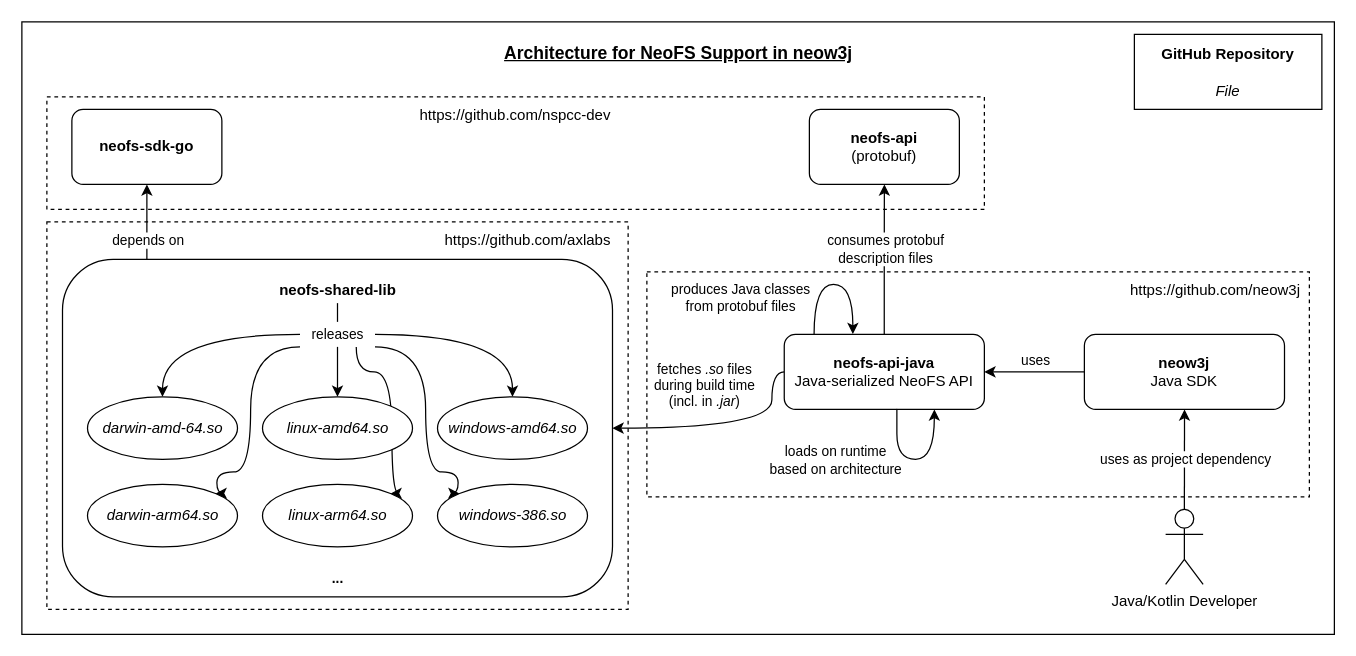
Before: neofs/architecture-files/NeoFS_support_neow3j.drawio in neow3j/neow3j, a draw.io diagram. Source tidied: cells renumbered, new cells numbered last; positions are measured from the earlier drawing's top-left corner, leaving out a move shared by most shapes. Both pictures are drawn from the tidied source at 125%, with x=0, y=0 at pixel (21, 21).
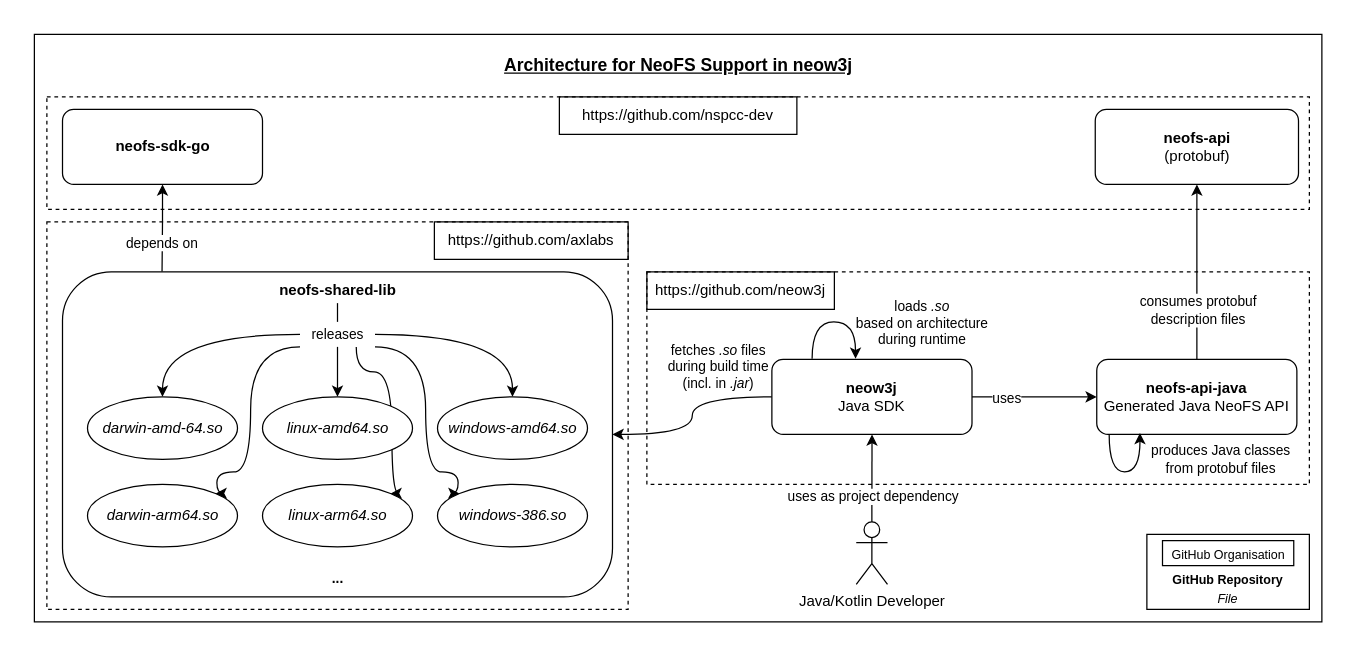
After the change.

Commit message (it also covers changes not shown here):
#872: Improve figure for NeoFS Support Architecture

Unchanged cells that the change refers to:
```xml
<mxCell id="13" style="edgeStyle=orthogonalEdgeStyle;rounded=0;jettySize=auto;html=1;" parent="1" edge="1" source="19" target="12">
  <mxGeometry relative="1" as="geometry" />
</mxCell>
<mxCell id="27" style="edgeStyle=orthogonalEdgeStyle;curved=1;rounded=0;jettySize=auto;html=1;strokeColor=default;startArrow=classic;startFill=1;endArrow=none;endFill=0;entryX=0.5;entryY=0;entryDx=0;entryDy=0;entryPerimeter=0;" parent="1" edge="1" source="29" target="30">
  <mxGeometry relative="1" as="geometry" />
</mxCell>
```

What changed in the source:
```diff
@@
     <mxCell id="2" style="rounded=0;whiteSpace=wrap;html=1;labelBackgroundColor=none;" parent="1" vertex="1">
-      <mxGeometry width="1050" height="490" as="geometry" />
+      <mxGeometry x="10" y="10" width="1030" height="470" as="geometry" />
     </mxCell>
@@
-    <mxCell id="4" value="https://github.com/axlabs" style="text;html=1;strokeColor=none;fillColor=none;align=center;verticalAlign=middle;whiteSpace=wrap;rounded=0;dashed=1;" parent="1" vertex="1">
-      <mxGeometry x="325" y="160" width="160" height="30" as="geometry" />
-    </mxCell>
     <mxCell id="5" style="rounded=1;whiteSpace=wrap;html=1;" parent="1" vertex="1">
-      <mxGeometry x="32.5" y="190" width="440" height="270" as="geometry" />
+      <mxGeometry x="32.5" y="200" width="440" height="260" as="geometry" />
     </mxCell>
     <mxCell id="6" style="rounded=0;whiteSpace=wrap;html=1;dashed=1;align=right;" parent="1" vertex="1">
-      <mxGeometry x="20" y="60" width="750" height="90" as="geometry" />
+      <mxGeometry x="20" y="60" width="1010" height="90" as="geometry" />
     </mxCell>
+    <mxCell id="8" style="rounded=0;whiteSpace=wrap;html=1;dashed=1;align=right;" parent="1" vertex="1">
+      <mxGeometry x="500" y="200" width="530" height="170" as="geometry" />
+    </mxCell>
-    <mxCell id="7" value="https://github.com/nspcc-dev" style="text;html=1;strokeColor=none;fillColor=none;align=center;verticalAlign=middle;whiteSpace=wrap;rounded=0;dashed=1;" parent="1" vertex="1">
-      <mxGeometry x="250" y="60" width="290" height="30" as="geometry" />
+    <mxCell id="7" value="https://github.com/nspcc-dev" style="text;html=1;strokeColor=default;fillColor=none;align=center;verticalAlign=middle;whiteSpace=wrap;rounded=0;" parent="1" vertex="1">
+      <mxGeometry x="430" y="60" width="190" height="30" as="geometry" />
     </mxCell>
-    <mxCell id="8" style="rounded=0;whiteSpace=wrap;html=1;dashed=1;align=right;" parent="1" vertex="1">
-      <mxGeometry x="500" y="200" width="530" height="180" as="geometry" />
-    </mxCell>
-    <mxCell id="9" style="edgeStyle=orthogonalEdgeStyle;rounded=0;jettySize=auto;html=1;fontSize=11;startArrow=classic;startFill=1;endArrow=none;endFill=0;" parent="1" edge="1" source="11">
-      <mxGeometry relative="1" as="geometry">
-        <mxPoint x="100" y="190" as="targetPoint" />
-        <Array as="points">
-          <mxPoint x="100" y="190" />
-        </Array>
-      </mxGeometry>
-    </mxCell>
+    <mxCell id="11" value="&lt;b&gt;neofs-sdk-go&lt;/b&gt;" style="rounded=1;whiteSpace=wrap;html=1;" parent="1" vertex="1">
+      <mxGeometry x="32.5" y="70" width="160" height="60" as="geometry" />
+    </mxCell>
-    <mxCell id="10" value="depends on" style="edgeLabel;html=1;align=center;verticalAlign=middle;fontSize=11;" parent="9" vertex="1">
-      <mxGeometry x="-0.22" relative="1" as="geometry">
-        <mxPoint y="21" as="offset" />
+    <mxCell id="10" value="depends on" style="edgeStyle=orthogonalEdgeStyle;rounded=0;jettySize=auto;html=1;startArrow=classic;startFill=1;endArrow=none;endFill=0;entryX=0.181;entryY=-0.001;entryDx=0;entryDy=0;entryPerimeter=0;" parent="1" edge="1" source="11" target="5">
+      <mxGeometry x="0.34" relative="1" as="geometry">
+        <Array as="points">
+          <mxPoint x="112" y="160" />
+          <mxPoint x="112" y="160" />
+        </Array>
       </mxGeometry>
     </mxCell>
-    <mxCell id="11" value="&lt;b&gt;neofs-sdk-go&lt;/b&gt;" style="rounded=1;whiteSpace=wrap;html=1;" parent="1" vertex="1">
-      <mxGeometry x="40" y="70" width="120" height="60" as="geometry" />
-    </mxCell>
     <mxCell id="12" value="&lt;b&gt;neofs-api&lt;/b&gt;&lt;br&gt;(protobuf)" style="rounded=1;whiteSpace=wrap;html=1;" parent="1" vertex="1">
-      <mxGeometry x="630" y="70" width="120" height="60" as="geometry" />
+      <mxGeometry x="858.7" y="70" width="162.6" height="60" as="geometry" />
     </mxCell>
@@
     <mxCell id="14" value="consumes protobuf&lt;br&gt;description files" style="edgeLabel;html=1;align=center;verticalAlign=middle;" parent="13" vertex="1">
       <mxGeometry x="0.07" y="1" relative="1" as="geometry">
-        <mxPoint x="1" y="-5" as="offset" />
+        <mxPoint x="1" y="35" as="offset" />
       </mxGeometry>
     </mxCell>
-    <mxCell id="15" style="edgeStyle=orthogonalEdgeStyle;curved=1;rounded=0;jettySize=auto;html=1;strokeColor=default;entryX=1;entryY=0.5;entryDx=0;entryDy=0;" parent="1" edge="1" source="19" target="5">
-      <mxGeometry relative="1" as="geometry">
-        <Array as="points">
-          <mxPoint x="600" y="280" />
-          <mxPoint x="600" y="325" />
-        </Array>
-      </mxGeometry>
+    <mxCell id="15" style="edgeStyle=orthogonalEdgeStyle;curved=1;rounded=0;jettySize=auto;html=1;strokeColor=default;entryX=1;entryY=0.5;entryDx=0;entryDy=0;exitX=0;exitY=0.5;exitDx=0;exitDy=0;" parent="1" edge="1" source="29" target="5">
+      <mxGeometry relative="1" as="geometry" />
     </mxCell>
     <mxCell id="16" value="fetches &lt;i&gt;.so&lt;/i&gt; files&lt;br&gt;during build time&lt;br&gt;(incl. in &lt;i&gt;.jar&lt;/i&gt;)" style="edgeLabel;html=1;align=center;verticalAlign=middle;labelBackgroundColor=none;" parent="15" vertex="1">
       <mxGeometry x="-0.55" y="5" relative="1" as="geometry">
-        <mxPoint x="-60" y="-21" as="offset" />
+        <mxPoint x="-9" y="-30" as="offset" />
       </mxGeometry>
     </mxCell>
-    <mxCell id="17" style="edgeStyle=orthogonalEdgeStyle;curved=1;rounded=0;jettySize=auto;html=1;strokeColor=default;endArrow=none;endFill=0;startArrow=classic;startFill=1;" parent="1" edge="1" source="19" target="29">
-      <mxGeometry relative="1" as="geometry" />
+    <mxCell id="17" style="edgeStyle=orthogonalEdgeStyle;curved=1;rounded=0;jettySize=auto;html=1;strokeColor=default;endArrow=none;endFill=0;startArrow=classic;startFill=1;" parent="1" edge="1" source="19">
+      <mxGeometry relative="1" as="geometry">
+        <mxPoint x="760.1" y="300" as="targetPoint" />
+      </mxGeometry>
     </mxCell>
     <mxCell id="18" value="uses" style="edgeLabel;html=1;align=center;verticalAlign=middle;" parent="17" vertex="1">
       <mxGeometry x="0.23" y="3" relative="1" as="geometry">
-        <mxPoint x="-9" y="-7" as="offset" />
+        <mxPoint x="-11" y="-3" as="offset" />
       </mxGeometry>
     </mxCell>
-    <mxCell id="19" value="&lt;b&gt;neofs-api-java&lt;/b&gt;&lt;br&gt;Java-serialized NeoFS API" style="rounded=1;whiteSpace=wrap;html=1;" parent="1" vertex="1">
-      <mxGeometry x="609.9" y="250" width="160.1" height="60" as="geometry" />
+    <mxCell id="19" value="&lt;b&gt;neofs-api-java&lt;/b&gt;&lt;br&gt;Generated Java NeoFS API" style="rounded=1;whiteSpace=wrap;html=1;" parent="1" vertex="1">
+      <mxGeometry x="859.9" y="270" width="160.1" height="60" as="geometry" />
     </mxCell>
-    <mxCell id="20" style="endArrow=classic;html=1;rounded=0;strokeColor=default;edgeStyle=orthogonalEdgeStyle;curved=1;exitX=0.149;exitY=0.004;exitDx=0;exitDy=0;entryX=0.343;entryY=-0.004;entryDx=0;entryDy=0;exitPerimeter=0;entryPerimeter=0;" parent="1" edge="1" source="19" target="19">
-      <mxGeometry relative="1" as="geometry">
-        <Array as="points">
-          <mxPoint x="634" y="210" />
-          <mxPoint x="665" y="210" />
-        </Array>
-      </mxGeometry>
-    </mxCell>
-    <mxCell id="21" value="produces Java classes&lt;br&gt;from protobuf files" style="edgeLabel;html=1;align=center;verticalAlign=middle;labelBackgroundColor=none;" parent="20" vertex="1">
-      <mxGeometry x="0.1" y="-3" relative="1" as="geometry">
-        <mxPoint x="-80" y="7" as="offset" />
-      </mxGeometry>
-    </mxCell>
@@
     <mxCell id="28" value="uses as project dependency" style="edgeLabel;html=1;align=center;verticalAlign=middle;fontSize=11;" parent="27" vertex="1">
       <mxGeometry x="0.07" relative="1" as="geometry">
-        <mxPoint y="-3" as="offset" />
+        <mxPoint y="12" as="offset" />
       </mxGeometry>
     </mxCell>
     <mxCell id="29" value="&lt;b&gt;neow3j&lt;/b&gt;&lt;br&gt;Java SDK" style="rounded=1;whiteSpace=wrap;html=1;" parent="1" vertex="1">
-      <mxGeometry x="850" y="250" width="160.1" height="60" as="geometry" />
+      <mxGeometry x="600" y="270" width="160.1" height="60" as="geometry" />
     </mxCell>
     <mxCell id="30" value="Java/Kotlin Developer" style="shape=umlActor;verticalLabelPosition=bottom;verticalAlign=top;html=1;outlineConnect=0;" parent="1" vertex="1">
-      <mxGeometry x="915" y="390" width="30" height="60" as="geometry" />
+      <mxGeometry x="667.5" y="400" width="25" height="50" as="geometry" />
     </mxCell>
-    <mxCell id="31" value="https://github.com/neow3j" style="text;html=1;strokeColor=none;fillColor=none;align=center;verticalAlign=middle;whiteSpace=wrap;rounded=0;dashed=1;" parent="1" vertex="1">
-      <mxGeometry x="880" y="200" width="150" height="30" as="geometry" />
-    </mxCell>
-    <mxCell id="32" style="endArrow=classic;html=1;rounded=0;strokeColor=default;edgeStyle=orthogonalEdgeStyle;curved=1;entryX=0.75;entryY=1;entryDx=0;entryDy=0;" parent="1" edge="1" target="19">
+    <mxCell id="32" style="endArrow=classic;html=1;rounded=0;strokeColor=default;edgeStyle=orthogonalEdgeStyle;curved=1;entryX=0.418;entryY=-0.009;entryDx=0;entryDy=0;exitX=0.201;exitY=-0.009;exitDx=0;exitDy=0;exitPerimeter=0;entryPerimeter=0;" parent="1" edge="1" source="29" target="29">
       <mxGeometry relative="1" as="geometry">
-        <mxPoint x="700" y="310" as="sourcePoint" />
         <Array as="points">
-          <mxPoint x="700" y="309" />
-          <mxPoint x="700" y="350" />
-          <mxPoint x="730" y="350" />
+          <mxPoint x="632" y="240" />
+          <mxPoint x="667" y="240" />
         </Array>
       </mxGeometry>
     </mxCell>
-    <mxCell id="33" value="loads on runtime&lt;br&gt;based on architecture" style="edgeLabel;html=1;align=center;verticalAlign=middle;labelBackgroundColor=none;" parent="32" vertex="1">
+    <mxCell id="33" value="loads &lt;i&gt;.so&lt;br&gt;&lt;/i&gt;based on architecture&lt;br&gt;during runtime" style="edgeLabel;html=1;align=center;verticalAlign=middle;labelBackgroundColor=none;" parent="32" vertex="1">
       <mxGeometry x="0.1" y="-3" relative="1" as="geometry">
-        <mxPoint x="-70" y="-3" as="offset" />
+        <mxPoint x="66" y="-3" as="offset" />
       </mxGeometry>
     </mxCell>
-    <mxCell id="34" value="&lt;b&gt;&lt;font style=&quot;font-size: 14px;&quot;&gt;&lt;u&gt;Architecture for NeoFS Support in neow3j&lt;/u&gt;&lt;/font&gt;&lt;/b&gt;" style="text;html=1;strokeColor=none;fillColor=none;align=center;verticalAlign=middle;whiteSpace=wrap;rounded=0;labelBackgroundColor=none;" parent="1" vertex="1">
-      <mxGeometry x="338.8" y="10" width="372.5" height="30" as="geometry" />
+    <mxCell id="34" value="&lt;b&gt;&lt;font size=&quot;1&quot; style=&quot;&quot;&gt;&lt;u style=&quot;font-size: 14px;&quot;&gt;Architecture for NeoFS Support in neow3j&lt;/u&gt;&lt;/font&gt;&lt;/b&gt;" style="text;html=1;strokeColor=none;fillColor=none;align=center;verticalAlign=middle;whiteSpace=wrap;rounded=0;labelBackgroundColor=none;" parent="1" vertex="1">
+      <mxGeometry x="338.8" y="20" width="372.5" height="30" as="geometry" />
     </mxCell>
     <mxCell id="35" style="rounded=0;whiteSpace=wrap;html=1;labelBackgroundColor=none;fontSize=14;" parent="1" vertex="1">
-      <mxGeometry x="890" y="10" width="150" height="60" as="geometry" />
+      <mxGeometry x="900" y="410" width="130" height="60" as="geometry" />
     </mxCell>
-    <mxCell id="36" value="&lt;b style=&quot;border-color: var(--border-color); font-size: 12px;&quot;&gt;GitHub Repository&lt;/b&gt;" style="text;html=1;strokeColor=none;fillColor=none;align=center;verticalAlign=middle;whiteSpace=wrap;rounded=0;labelBackgroundColor=none;fontSize=14;" parent="1" vertex="1">
-      <mxGeometry x="890" y="10" width="150" height="30" as="geometry" />
+    <mxCell id="36" value="&lt;b style=&quot;border-color: var(--border-color);&quot;&gt;&lt;font style=&quot;font-size: 10px;&quot;&gt;GitHub Repository&lt;/font&gt;&lt;/b&gt;" style="text;html=1;strokeColor=none;fillColor=none;align=center;verticalAlign=middle;whiteSpace=wrap;rounded=0;labelBackgroundColor=none;fontSize=14;" parent="1" vertex="1">
+      <mxGeometry x="900" y="435" width="130" height="20" as="geometry" />
     </mxCell>
-    <mxCell id="37" value="&lt;i style=&quot;border-color: var(--border-color); font-size: 12px;&quot;&gt;File&lt;/i&gt;" style="text;html=1;strokeColor=none;fillColor=none;align=center;verticalAlign=middle;whiteSpace=wrap;rounded=0;labelBackgroundColor=none;fontSize=14;" parent="1" vertex="1">
-      <mxGeometry x="890" y="40" width="150" height="30" as="geometry" />
+    <mxCell id="37" value="&lt;i style=&quot;border-color: var(--border-color);&quot;&gt;&lt;font style=&quot;font-size: 10px;&quot;&gt;File&lt;/font&gt;&lt;/i&gt;" style="text;html=1;strokeColor=none;fillColor=none;align=center;verticalAlign=middle;whiteSpace=wrap;rounded=0;labelBackgroundColor=none;fontSize=14;" parent="1" vertex="1">
+      <mxGeometry x="900" y="450" width="130" height="20" as="geometry" />
     </mxCell>
@@
+    <mxCell id="21" value="&lt;span style=&quot;&quot;&gt;produces Java classes&lt;/span&gt;&lt;br style=&quot;border-color: var(--border-color);&quot;&gt;&lt;span style=&quot;&quot;&gt;from protobuf files&lt;/span&gt;" style="endArrow=classic;html=1;rounded=0;strokeColor=default;edgeStyle=orthogonalEdgeStyle;curved=1;exitX=0.062;exitY=0.994;exitDx=0;exitDy=0;exitPerimeter=0;labelBackgroundColor=none;entryX=0.216;entryY=0.982;entryDx=0;entryDy=0;entryPerimeter=0;" parent="1" edge="1" source="19" target="19">
+      <mxGeometry x="0.5" y="-65" relative="1" as="geometry">
+        <Array as="points">
+          <mxPoint x="870" y="360" />
+          <mxPoint x="895" y="360" />
+          <mxPoint x="895" y="329" />
+        </Array>
+      </mxGeometry>
+    </mxCell>
+    <mxCell id="31" value="https://github.com/neow3j" style="text;html=1;strokeColor=default;fillColor=none;align=center;verticalAlign=middle;whiteSpace=wrap;rounded=0;labelBorderColor=none;" parent="1" vertex="1">
+      <mxGeometry x="500" y="200" width="150" height="30" as="geometry" />
+    </mxCell>
+    <mxCell id="4" value="https://github.com/axlabs" style="text;html=1;strokeColor=default;fillColor=none;align=center;verticalAlign=middle;whiteSpace=wrap;rounded=0;" parent="1" vertex="1">
+      <mxGeometry x="330" y="160" width="155" height="30" as="geometry" />
+    </mxCell>
+    <mxCell id="49" value="&lt;span style=&quot;border-color: var(--border-color);&quot;&gt;&lt;font style=&quot;font-size: 10px;&quot;&gt;GitHub Organisation&lt;/font&gt;&lt;/span&gt;" style="text;html=1;strokeColor=default;fillColor=none;align=center;verticalAlign=middle;whiteSpace=wrap;rounded=0;labelBackgroundColor=none;fontSize=14;" parent="1" vertex="1">
+      <mxGeometry x="912.5" y="415" width="105" height="20" as="geometry" />
+    </mxCell>
```
